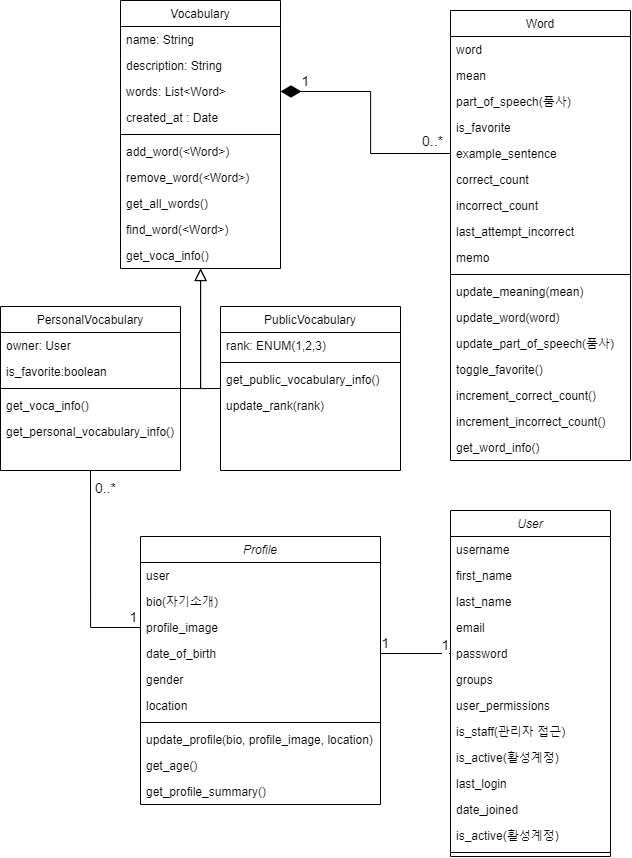
LJHgithub2/ToiecVocaTestWeb keeps this draw.io diagram as ClassDiagram.png. Above is the earlier version. Source tidied: cells renumbered, new cells last; positions are measured from the earlier drawing's top-left corner, leaving out a move shared by most shapes. Source of this version:
```xml
<mxGraphModel>
  <root>
    <mxCell id="0" />
    <mxCell id="1" parent="0" />
    <mxCell id="2" style="edgeStyle=orthogonalEdgeStyle;rounded=0;jettySize=auto;html=1;entryX=0.5;entryY=1;entryDx=0;entryDy=0;exitX=0;exitY=0.5;exitDx=0;exitDy=0;endArrow=none;endFill=0;" parent="1" edge="1" source="8" target="52">
      <mxGeometry relative="1" as="geometry" />
    </mxCell>
    <mxCell id="3" value="0..*" style="edgeLabel;html=1;align=center;verticalAlign=middle;fontSize=14;" parent="2" vertex="1">
      <mxGeometry x="0.87" y="3" relative="1" as="geometry">
        <mxPoint x="17" y="3" as="offset" />
      </mxGeometry>
    </mxCell>
    <mxCell id="4" value="1" style="edgeLabel;html=1;align=center;verticalAlign=middle;fontSize=14;" parent="2" vertex="1">
      <mxGeometry x="-0.88" y="-2" relative="1" as="geometry">
        <mxPoint x="5" y="-9" as="offset" />
      </mxGeometry>
    </mxCell>
    <mxCell id="5" value="Profile" style="swimlane;fontStyle=2;align=center;verticalAlign=top;horizontal=1;startSize=26;rounded=0;shadow=0;strokeWidth=1;" parent="1" vertex="1">
      <mxGeometry x="140" y="536" width="240" height="268" as="geometry" />
    </mxCell>
    <mxCell id="6" value="user" style="text;align=left;verticalAlign=top;spacingLeft=4;spacingRight=4;overflow=hidden;" parent="5" vertex="1">
      <mxGeometry y="26" width="240" height="26" as="geometry" />
    </mxCell>
    <mxCell id="7" value="bio(자기소개)" style="text;align=left;verticalAlign=top;spacingLeft=4;spacingRight=4;overflow=hidden;rounded=0;shadow=0;html=0;" parent="5" vertex="1">
      <mxGeometry y="52" width="240" height="26" as="geometry" />
    </mxCell>
    <mxCell id="8" value="profile_image" style="text;align=left;verticalAlign=top;spacingLeft=4;spacingRight=4;overflow=hidden;points=[[0,0.5],[1,0.5]];portConstraint=eastwest;rounded=0;shadow=0;html=0;" parent="5" vertex="1">
      <mxGeometry y="78" width="240" height="26" as="geometry" />
    </mxCell>
    <mxCell id="9" value="date_of_birth" style="text;align=left;verticalAlign=top;spacingLeft=4;spacingRight=4;overflow=hidden;points=[[0,0.5],[1,0.5]];portConstraint=eastwest;rounded=0;shadow=0;html=0;" parent="5" vertex="1">
      <mxGeometry y="104" width="240" height="26" as="geometry" />
    </mxCell>
    <mxCell id="10" value="gender" style="text;align=left;verticalAlign=top;spacingLeft=4;spacingRight=4;overflow=hidden;rounded=0;shadow=0;html=0;" parent="5" vertex="1">
      <mxGeometry y="130" width="240" height="26" as="geometry" />
    </mxCell>
    <mxCell id="11" value="location" style="text;align=left;verticalAlign=top;spacingLeft=4;spacingRight=4;overflow=hidden;rounded=0;shadow=0;html=0;" parent="5" vertex="1">
      <mxGeometry y="156" width="240" height="26" as="geometry" />
    </mxCell>
    <mxCell id="12" style="line;html=1;strokeWidth=1;align=left;verticalAlign=middle;spacingTop=-1;spacingLeft=3;spacingRight=3;labelPosition=right;" parent="5" vertex="1">
      <mxGeometry y="182" width="240" height="8" as="geometry" />
    </mxCell>
    <mxCell id="13" value="update_profile(bio, profile_image, location)" style="text;align=left;verticalAlign=top;spacingLeft=4;spacingRight=4;overflow=hidden;rounded=0;shadow=0;html=0;" parent="5" vertex="1">
      <mxGeometry y="190" width="240" height="26" as="geometry" />
    </mxCell>
    <mxCell id="14" value="get_age()" style="text;align=left;verticalAlign=top;spacingLeft=4;spacingRight=4;overflow=hidden;rounded=0;shadow=0;html=0;" parent="5" vertex="1">
      <mxGeometry y="216" width="240" height="26" as="geometry" />
    </mxCell>
    <mxCell id="15" value="get_profile_summary()" style="text;align=left;verticalAlign=top;spacingLeft=4;spacingRight=4;overflow=hidden;rounded=0;shadow=0;html=0;" parent="5" vertex="1">
      <mxGeometry y="242" width="240" height="26" as="geometry" />
    </mxCell>
    <mxCell id="16" style="edgeStyle=orthogonalEdgeStyle;rounded=0;jettySize=auto;html=1;exitX=1;exitY=0.5;exitDx=0;exitDy=0;endArrow=block;endFill=0;endSize=10;" parent="1" edge="1" source="52" target="18">
      <mxGeometry relative="1" as="geometry">
        <Array as="points">
          <mxPoint x="200" y="388" />
        </Array>
      </mxGeometry>
    </mxCell>
    <mxCell id="17" style="edgeStyle=orthogonalEdgeStyle;rounded=0;jettySize=auto;html=1;exitX=0;exitY=0.5;exitDx=0;exitDy=0;endArrow=block;endFill=0;endSize=10;" parent="1" edge="1" source="29" target="18">
      <mxGeometry relative="1" as="geometry" />
    </mxCell>
    <mxCell id="18" value="Vocabulary" style="swimlane;fontStyle=0;align=center;verticalAlign=top;horizontal=1;startSize=26;rounded=0;shadow=0;strokeWidth=1;" parent="1" vertex="1">
      <mxGeometry x="120" width="160" height="268" as="geometry" />
    </mxCell>
    <mxCell id="19" value="name: String" style="text;align=left;verticalAlign=top;spacingLeft=4;spacingRight=4;overflow=hidden;" parent="18" vertex="1">
      <mxGeometry y="26" width="160" height="26" as="geometry" />
    </mxCell>
    <mxCell id="20" value="description: String" style="text;align=left;verticalAlign=top;spacingLeft=4;spacingRight=4;overflow=hidden;rounded=0;shadow=0;html=0;" parent="18" vertex="1">
      <mxGeometry y="52" width="160" height="26" as="geometry" />
    </mxCell>
    <mxCell id="21" value="words: List&lt;Word&gt;" style="text;align=left;verticalAlign=top;spacingLeft=4;spacingRight=4;overflow=hidden;points=[[0,0.5],[1,0.5]];portConstraint=eastwest;rounded=0;shadow=0;html=0;" parent="18" vertex="1">
      <mxGeometry y="78" width="160" height="26" as="geometry" />
    </mxCell>
    <mxCell id="22" value="created_at : Date" style="text;align=left;verticalAlign=top;spacingLeft=4;spacingRight=4;overflow=hidden;rounded=0;shadow=0;html=0;" parent="18" vertex="1">
      <mxGeometry y="104" width="160" height="26" as="geometry" />
    </mxCell>
    <mxCell id="23" style="line;html=1;strokeWidth=1;align=left;verticalAlign=middle;spacingTop=-1;spacingLeft=3;spacingRight=3;labelPosition=right;" parent="18" vertex="1">
      <mxGeometry y="130" width="160" height="8" as="geometry" />
    </mxCell>
    <mxCell id="24" value="add_word(&lt;Word&gt;)" style="text;align=left;verticalAlign=top;spacingLeft=4;spacingRight=4;overflow=hidden;rounded=0;shadow=0;html=0;" parent="18" vertex="1">
      <mxGeometry y="138" width="160" height="26" as="geometry" />
    </mxCell>
    <mxCell id="25" value="remove_word(&lt;Word&gt;)" style="text;align=left;verticalAlign=top;spacingLeft=4;spacingRight=4;overflow=hidden;rounded=0;shadow=0;html=0;" parent="18" vertex="1">
      <mxGeometry y="164" width="160" height="26" as="geometry" />
    </mxCell>
    <mxCell id="26" value="get_all_words()" style="text;align=left;verticalAlign=top;spacingLeft=4;spacingRight=4;overflow=hidden;rounded=0;shadow=0;html=0;" parent="18" vertex="1">
      <mxGeometry y="190" width="160" height="26" as="geometry" />
    </mxCell>
    <mxCell id="27" value="find_word(&lt;Word&gt;)" style="text;align=left;verticalAlign=top;spacingLeft=4;spacingRight=4;overflow=hidden;rounded=0;shadow=0;html=0;" parent="18" vertex="1">
      <mxGeometry y="216" width="160" height="26" as="geometry" />
    </mxCell>
    <mxCell id="28" value="get_voca_info()" style="text;align=left;verticalAlign=top;spacingLeft=4;spacingRight=4;overflow=hidden;rounded=0;shadow=0;html=0;" parent="18" vertex="1">
      <mxGeometry y="242" width="160" height="26" as="geometry" />
    </mxCell>
    <mxCell id="29" value="PublicVocabulary" style="swimlane;fontStyle=0;align=center;verticalAlign=top;horizontal=1;startSize=26;rounded=0;shadow=0;strokeWidth=1;" parent="1" vertex="1">
      <mxGeometry x="220" y="306" width="180" height="164" as="geometry" />
    </mxCell>
    <mxCell id="30" value="rank: ENUM(1,2,3)" style="text;align=left;verticalAlign=top;spacingLeft=4;spacingRight=4;overflow=hidden;" parent="29" vertex="1">
      <mxGeometry y="26" width="180" height="26" as="geometry" />
    </mxCell>
    <mxCell id="31" style="line;html=1;strokeWidth=1;align=left;verticalAlign=middle;spacingTop=-1;spacingLeft=3;spacingRight=3;labelPosition=right;" parent="29" vertex="1">
      <mxGeometry y="52" width="180" height="8" as="geometry" />
    </mxCell>
    <mxCell id="32" value="get_public_vocabulary_info()" style="text;align=left;verticalAlign=top;spacingLeft=4;spacingRight=4;overflow=hidden;" parent="29" vertex="1">
      <mxGeometry y="60" width="180" height="26" as="geometry" />
    </mxCell>
    <mxCell id="33" value="update_rank(rank)" style="text;align=left;verticalAlign=top;spacingLeft=4;spacingRight=4;overflow=hidden;" parent="29" vertex="1">
      <mxGeometry y="86" width="180" height="26" as="geometry" />
    </mxCell>
    <mxCell id="34" value="Word" style="swimlane;fontStyle=0;align=center;verticalAlign=top;horizontal=1;startSize=26;rounded=0;shadow=0;strokeWidth=1;" parent="1" vertex="1">
      <mxGeometry x="450" y="10" width="180" height="450" as="geometry" />
    </mxCell>
    <mxCell id="35" value="word" style="text;align=left;verticalAlign=top;spacingLeft=4;spacingRight=4;overflow=hidden;rounded=0;shadow=0;html=0;" parent="34" vertex="1">
      <mxGeometry y="26" width="180" height="26" as="geometry" />
    </mxCell>
    <mxCell id="36" value="mean" style="text;align=left;verticalAlign=top;spacingLeft=4;spacingRight=4;overflow=hidden;rounded=0;shadow=0;html=0;" parent="34" vertex="1">
      <mxGeometry y="52" width="180" height="26" as="geometry" />
    </mxCell>
    <mxCell id="37" value="part_of_speech(품사)" style="text;align=left;verticalAlign=top;spacingLeft=4;spacingRight=4;overflow=hidden;rounded=0;shadow=0;html=0;" parent="34" vertex="1">
      <mxGeometry y="78" width="180" height="26" as="geometry" />
    </mxCell>
    <mxCell id="38" value="is_favorite" style="text;align=left;verticalAlign=top;spacingLeft=4;spacingRight=4;overflow=hidden;rounded=0;shadow=0;html=0;" parent="34" vertex="1">
      <mxGeometry y="104" width="180" height="26" as="geometry" />
    </mxCell>
    <mxCell id="39" value="example_sentence" style="text;align=left;verticalAlign=top;spacingLeft=4;spacingRight=4;overflow=hidden;points=[[0,0.5],[1,0.5]];portConstraint=eastwest;rounded=0;shadow=0;html=0;" parent="34" vertex="1">
      <mxGeometry y="130" width="180" height="26" as="geometry" />
    </mxCell>
    <mxCell id="40" value="correct_count" style="text;align=left;verticalAlign=top;spacingLeft=4;spacingRight=4;overflow=hidden;rounded=0;shadow=0;html=0;" parent="34" vertex="1">
      <mxGeometry y="156" width="180" height="26" as="geometry" />
    </mxCell>
    <mxCell id="41" value="incorrect_count" style="text;align=left;verticalAlign=top;spacingLeft=4;spacingRight=4;overflow=hidden;rounded=0;shadow=0;html=0;" parent="34" vertex="1">
      <mxGeometry y="182" width="180" height="26" as="geometry" />
    </mxCell>
    <mxCell id="42" value="last_attempt_incorrect" style="text;align=left;verticalAlign=top;spacingLeft=4;spacingRight=4;overflow=hidden;rounded=0;shadow=0;html=0;" parent="34" vertex="1">
      <mxGeometry y="208" width="180" height="26" as="geometry" />
    </mxCell>
    <mxCell id="43" value="memo" style="text;align=left;verticalAlign=top;spacingLeft=4;spacingRight=4;overflow=hidden;rounded=0;shadow=0;html=0;" parent="34" vertex="1">
      <mxGeometry y="234" width="180" height="26" as="geometry" />
    </mxCell>
    <mxCell id="44" style="line;html=1;strokeWidth=1;align=left;verticalAlign=middle;spacingTop=-1;spacingLeft=3;spacingRight=3;labelPosition=right;" parent="34" vertex="1">
      <mxGeometry y="260" width="180" height="8" as="geometry" />
    </mxCell>
    <mxCell id="45" value="update_meaning(mean)" style="text;align=left;verticalAlign=top;spacingLeft=4;spacingRight=4;overflow=hidden;rounded=0;shadow=0;html=0;" parent="34" vertex="1">
      <mxGeometry y="268" width="180" height="26" as="geometry" />
    </mxCell>
    <mxCell id="46" value="update_word(word)" style="text;align=left;verticalAlign=top;spacingLeft=4;spacingRight=4;overflow=hidden;rounded=0;shadow=0;html=0;" parent="34" vertex="1">
      <mxGeometry y="294" width="180" height="26" as="geometry" />
    </mxCell>
    <mxCell id="47" value="update_part_of_speech(품사)" style="text;align=left;verticalAlign=top;spacingLeft=4;spacingRight=4;overflow=hidden;rounded=0;shadow=0;html=0;" parent="34" vertex="1">
      <mxGeometry y="320" width="180" height="26" as="geometry" />
    </mxCell>
    <mxCell id="48" value="toggle_favorite()" style="text;align=left;verticalAlign=top;spacingLeft=4;spacingRight=4;overflow=hidden;rounded=0;shadow=0;html=0;" parent="34" vertex="1">
      <mxGeometry y="346" width="180" height="26" as="geometry" />
    </mxCell>
    <mxCell id="49" value="increment_correct_count()" style="text;align=left;verticalAlign=top;spacingLeft=4;spacingRight=4;overflow=hidden;rounded=0;shadow=0;html=0;" parent="34" vertex="1">
      <mxGeometry y="372" width="180" height="26" as="geometry" />
    </mxCell>
    <mxCell id="50" value="increment_incorrect_count()" style="text;align=left;verticalAlign=top;spacingLeft=4;spacingRight=4;overflow=hidden;rounded=0;shadow=0;html=0;" parent="34" vertex="1">
      <mxGeometry y="398" width="180" height="26" as="geometry" />
    </mxCell>
    <mxCell id="51" value="get_word_info()" style="text;align=left;verticalAlign=top;spacingLeft=4;spacingRight=4;overflow=hidden;rounded=0;shadow=0;html=0;" parent="34" vertex="1">
      <mxGeometry y="424" width="180" height="26" as="geometry" />
    </mxCell>
    <mxCell id="52" value="PersonalVocabulary" style="swimlane;fontStyle=0;align=center;verticalAlign=top;horizontal=1;startSize=26;rounded=0;shadow=0;strokeWidth=1;" parent="1" vertex="1">
      <mxGeometry y="306" width="180" height="164" as="geometry" />
    </mxCell>
    <mxCell id="53" value="owner: User" style="text;align=left;verticalAlign=top;spacingLeft=4;spacingRight=4;overflow=hidden;" parent="52" vertex="1">
      <mxGeometry y="26" width="180" height="26" as="geometry" />
    </mxCell>
    <mxCell id="54" value="is_favorite:boolean" style="text;align=left;verticalAlign=top;spacingLeft=4;spacingRight=4;overflow=hidden;" parent="52" vertex="1">
      <mxGeometry y="52" width="180" height="26" as="geometry" />
    </mxCell>
    <mxCell id="55" style="line;html=1;strokeWidth=1;align=left;verticalAlign=middle;spacingTop=-1;spacingLeft=3;spacingRight=3;labelPosition=right;" parent="52" vertex="1">
      <mxGeometry y="78" width="180" height="8" as="geometry" />
    </mxCell>
    <mxCell id="56" value="get_voca_info()" style="text;align=left;verticalAlign=top;spacingLeft=4;spacingRight=4;overflow=hidden;" parent="52" vertex="1">
      <mxGeometry y="86" width="180" height="26" as="geometry" />
    </mxCell>
    <mxCell id="57" value="get_personal_vocabulary_info()" style="text;align=left;verticalAlign=top;spacingLeft=4;spacingRight=4;overflow=hidden;" parent="52" vertex="1">
      <mxGeometry y="112" width="180" height="26" as="geometry" />
    </mxCell>
    <mxCell id="58" style="edgeStyle=orthogonalEdgeStyle;rounded=0;jettySize=auto;html=1;exitX=0;exitY=0.5;exitDx=0;exitDy=0;endArrow=diamondThin;endFill=1;endSize=18;" parent="1" edge="1" source="39" target="21">
      <mxGeometry relative="1" as="geometry" />
    </mxCell>
    <mxCell id="59" value="0..*" style="edgeLabel;html=1;align=center;verticalAlign=middle;fontSize=14;" parent="58" vertex="1">
      <mxGeometry x="-0.8" y="1" relative="1" as="geometry">
        <mxPoint x="5" y="-14" as="offset" />
      </mxGeometry>
    </mxCell>
    <mxCell id="60" value="1" style="edgeLabel;html=1;align=center;verticalAlign=middle;fontSize=14;" parent="58" vertex="1">
      <mxGeometry x="0.66" y="1" relative="1" as="geometry">
        <mxPoint x="-15" y="-12" as="offset" />
      </mxGeometry>
    </mxCell>
    <mxCell id="61" value="User" style="swimlane;fontStyle=2;align=center;verticalAlign=top;horizontal=1;startSize=26;rounded=0;shadow=0;strokeWidth=1;" parent="1" vertex="1">
      <mxGeometry x="450" y="510" width="160" height="346" as="geometry" />
    </mxCell>
    <mxCell id="62" value="username" style="text;align=left;verticalAlign=top;spacingLeft=4;spacingRight=4;overflow=hidden;" parent="61" vertex="1">
      <mxGeometry y="26" width="160" height="26" as="geometry" />
    </mxCell>
    <mxCell id="63" value="first_name" style="text;align=left;verticalAlign=top;spacingLeft=4;spacingRight=4;overflow=hidden;rounded=0;shadow=0;html=0;" parent="61" vertex="1">
      <mxGeometry y="52" width="160" height="26" as="geometry" />
    </mxCell>
    <mxCell id="64" value="last_name" style="text;align=left;verticalAlign=top;spacingLeft=4;spacingRight=4;overflow=hidden;rounded=0;shadow=0;html=0;" parent="61" vertex="1">
      <mxGeometry y="78" width="160" height="26" as="geometry" />
    </mxCell>
    <mxCell id="65" value="email" style="text;align=left;verticalAlign=top;spacingLeft=4;spacingRight=4;overflow=hidden;rounded=0;shadow=0;html=0;" parent="61" vertex="1">
      <mxGeometry y="104" width="160" height="26" as="geometry" />
    </mxCell>
    <mxCell id="66" value="password" style="text;align=left;verticalAlign=top;spacingLeft=4;spacingRight=4;overflow=hidden;points=[[0,0.5],[1,0.5]];portConstraint=eastwest;rounded=0;shadow=0;html=0;" parent="61" vertex="1">
      <mxGeometry y="130" width="160" height="26" as="geometry" />
    </mxCell>
    <mxCell id="67" value="groups" style="text;align=left;verticalAlign=top;spacingLeft=4;spacingRight=4;overflow=hidden;rounded=0;shadow=0;html=0;" parent="61" vertex="1">
      <mxGeometry y="156" width="160" height="26" as="geometry" />
    </mxCell>
    <mxCell id="68" value="user_permissions" style="text;align=left;verticalAlign=top;spacingLeft=4;spacingRight=4;overflow=hidden;rounded=0;shadow=0;html=0;" parent="61" vertex="1">
      <mxGeometry y="182" width="160" height="26" as="geometry" />
    </mxCell>
    <mxCell id="69" value="is_staff(관리자 접근)" style="text;align=left;verticalAlign=top;spacingLeft=4;spacingRight=4;overflow=hidden;rounded=0;shadow=0;html=0;" parent="61" vertex="1">
      <mxGeometry y="208" width="160" height="26" as="geometry" />
    </mxCell>
    <mxCell id="70" value="is_active(활성계정)" style="text;align=left;verticalAlign=top;spacingLeft=4;spacingRight=4;overflow=hidden;rounded=0;shadow=0;html=0;" parent="61" vertex="1">
      <mxGeometry y="234" width="160" height="26" as="geometry" />
    </mxCell>
    <mxCell id="71" value="last_login" style="text;align=left;verticalAlign=top;spacingLeft=4;spacingRight=4;overflow=hidden;rounded=0;shadow=0;html=0;" parent="61" vertex="1">
      <mxGeometry y="260" width="160" height="26" as="geometry" />
    </mxCell>
    <mxCell id="72" value="date_joined" style="text;align=left;verticalAlign=top;spacingLeft=4;spacingRight=4;overflow=hidden;rounded=0;shadow=0;html=0;" parent="61" vertex="1">
      <mxGeometry y="286" width="160" height="26" as="geometry" />
    </mxCell>
    <mxCell id="73" value="is_active(활성계정)" style="text;align=left;verticalAlign=top;spacingLeft=4;spacingRight=4;overflow=hidden;rounded=0;shadow=0;html=0;" parent="61" vertex="1">
      <mxGeometry y="312" width="160" height="26" as="geometry" />
    </mxCell>
    <mxCell id="74" style="line;html=1;strokeWidth=1;align=left;verticalAlign=middle;spacingTop=-1;spacingLeft=3;spacingRight=3;labelPosition=right;" parent="61" vertex="1">
      <mxGeometry y="338" width="160" height="8" as="geometry" />
    </mxCell>
    <mxCell id="75" style="rounded=0;jettySize=auto;html=1;entryX=0;entryY=0.5;entryDx=0;entryDy=0;endArrow=none;endFill=0;" parent="1" edge="1" source="9" target="66">
      <mxGeometry relative="1" as="geometry" />
    </mxCell>
    <mxCell id="76" value="1" style="edgeLabel;html=1;align=center;verticalAlign=middle;fontSize=14;" parent="75" vertex="1">
      <mxGeometry x="0.68" y="-3" relative="1" as="geometry">
        <mxPoint x="6" y="-12" as="offset" />
      </mxGeometry>
    </mxCell>
    <mxCell id="77" value="1" style="edgeLabel;html=1;align=center;verticalAlign=middle;fontSize=14;" parent="75" vertex="1">
      <mxGeometry x="-0.73" y="-3" relative="1" as="geometry">
        <mxPoint x="-5" y="-14" as="offset" />
      </mxGeometry>
    </mxCell>
  </root>
</mxGraphModel>
```
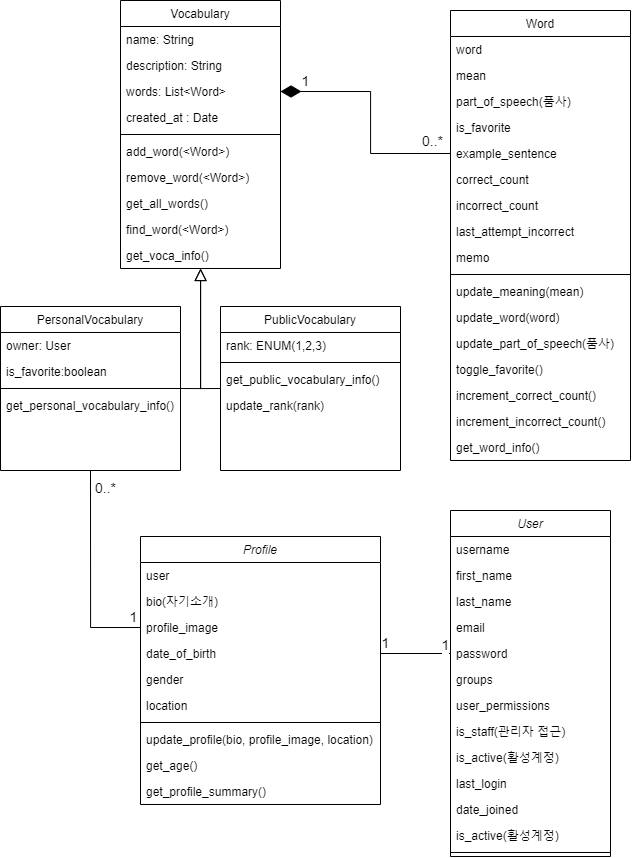
The same file after the commit.

The edit, as a diff of the source:
```diff
@@ -172,11 +172,8 @@
     <mxCell id="55" style="line;html=1;strokeWidth=1;align=left;verticalAlign=middle;spacingTop=-1;spacingLeft=3;spacingRight=3;labelPosition=right;" parent="52" vertex="1">
       <mxGeometry y="78" width="180" height="8" as="geometry" />
     </mxCell>
-    <mxCell id="56" value="get_voca_info()" style="text;align=left;verticalAlign=top;spacingLeft=4;spacingRight=4;overflow=hidden;" parent="52" vertex="1">
-      <mxGeometry y="86" width="180" height="26" as="geometry" />
-    </mxCell>
     <mxCell id="57" value="get_personal_vocabulary_info()" style="text;align=left;verticalAlign=top;spacingLeft=4;spacingRight=4;overflow=hidden;" parent="52" vertex="1">
-      <mxGeometry y="112" width="180" height="26" as="geometry" />
+      <mxGeometry y="86" width="180" height="26" as="geometry" />
     </mxCell>
     <mxCell id="58" style="edgeStyle=orthogonalEdgeStyle;rounded=0;jettySize=auto;html=1;exitX=0;exitY=0.5;exitDx=0;exitDy=0;endArrow=diamondThin;endFill=1;endSize=18;" parent="1" edge="1" source="39" target="21">
       <mxGeometry relative="1" as="geometry" />
```
